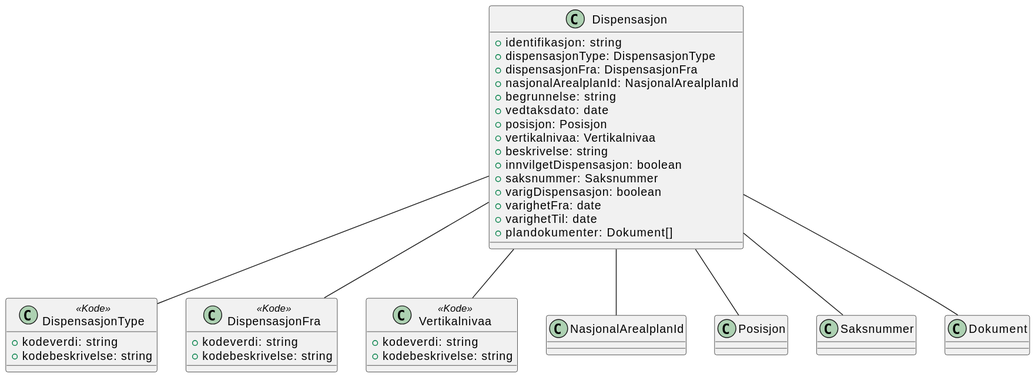
The PlantUML diagram Dokumentasjon/V2/ClassDiagrams/no.ks.fiks.plan.v2.felles.dispensasjon/dispensasjon.svg in ks-no/fiks-plan-specification, before a commit.
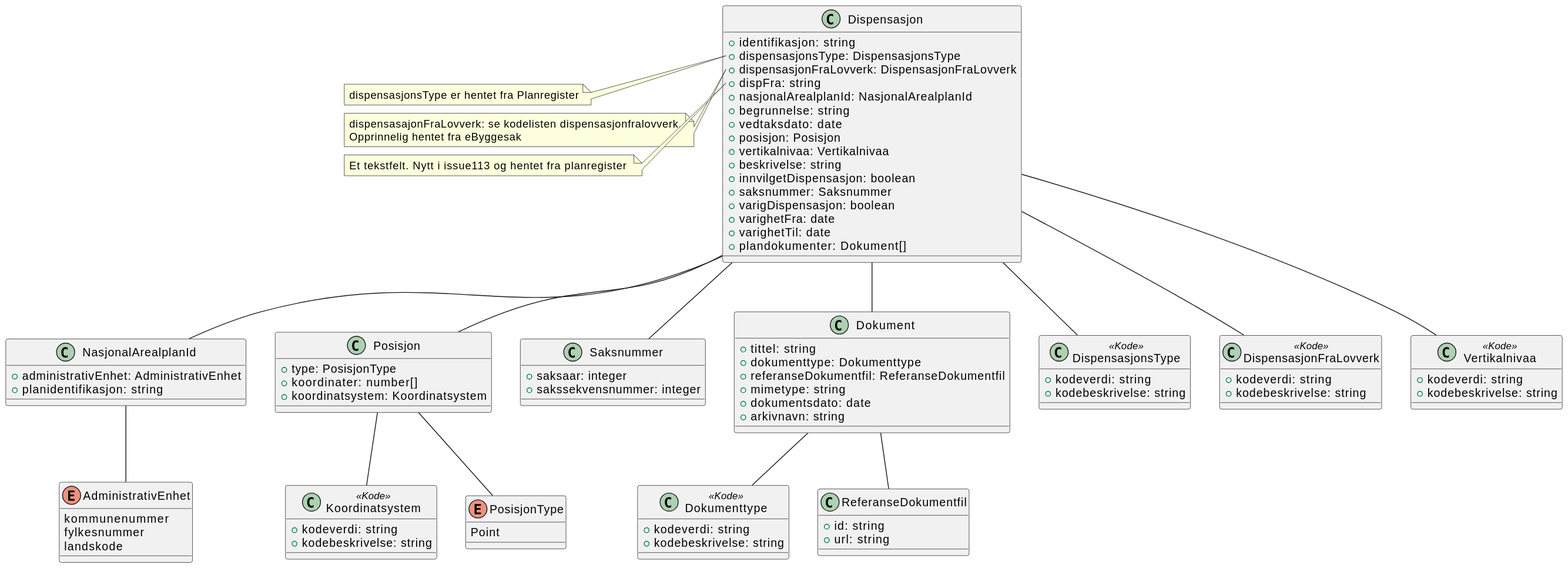
Above is the later version.

Change to the diagram source:
```diff
@@ -1,8 +1,14 @@
 @startuml
+!include ./../no.ks.fiks.plan.v2.felles.nasjonalarealplanid/nasjonalarealplanid.pu
+!include ./../no.ks.fiks.plan.v2.felles.posisjon/posisjon.pu
+!include ./../no.ks.fiks.plan.v2.felles.saksnummer/saksnummer.pu
+!include ./../no.ks.fiks.plan.v2.felles.dokument/dokument.pu
+
 class Dispensasjon {
     +identifikasjon: string
-    +dispensasjonType: DispensasjonType
-    +dispensasjonFra: DispensasjonFra
+    +dispensasjonsType: DispensasjonsType
+    +dispensasjonFraLovverk: DispensasjonFraLovverk
+    +dispFra: string
     +nasjonalArealplanId: NasjonalArealplanId
     +begrunnelse: string
     +vedtaksdato:  date
@@ -17,20 +23,33 @@
     +plandokumenter: Dokument[]
 }
 
-Dispensasjon -- DispensasjonType
-Dispensasjon -- DispensasjonFra
+note left of Dispensasjon::dispensasjonsType
+    dispensasjonsType er hentet fra Planregister
+end note
+
+note left of Dispensasjon::DispensasjonFraLovverk
+    dispensasajonFraLovverk: se kodelisten dispensasjonfralovverk.
+    Opprinnelig hentet fra eByggesak
+end note
+
+note left of Dispensasjon::dispFra
+    Et tekstfelt. Nytt i issue113 og hentet fra planregister
+end note
+
+Dispensasjon -- DispensasjonsType
+Dispensasjon -- DispensasjonFraLovverk
 Dispensasjon -- Vertikalnivaa
 Dispensasjon -- NasjonalArealplanId
 Dispensasjon -- Posisjon
 Dispensasjon -- Saksnummer
 Dispensasjon -- Dokument
 
-class DispensasjonType <<Kode>> {
+class DispensasjonsType <<Kode>> {
     +kodeverdi: string
     +kodebeskrivelse: string
 }
 
-class DispensasjonFra <<Kode>> {
+class DispensasjonFraLovverk <<Kode>> {
     +kodeverdi: string
     +kodebeskrivelse: string
 }
```
